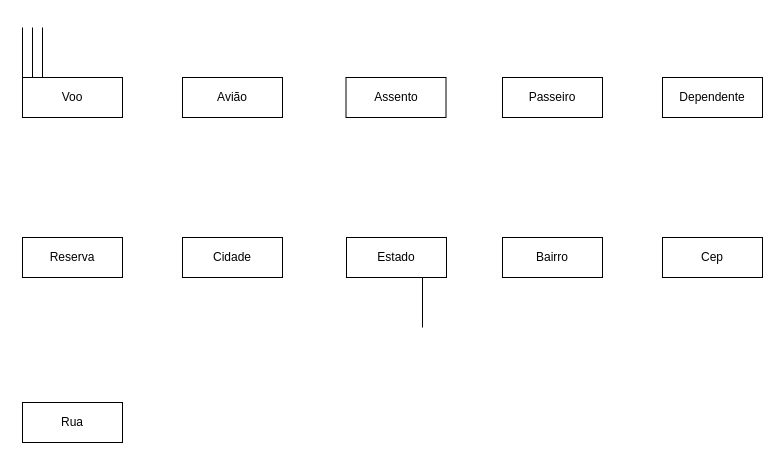
AdrianoCorreia94/ciencia-de-dados keeps this draw.io diagram as Banco de Dados/Diagrama sem nome.drawio. Above is the earlier version. Source tidied: cells renumbered, new cells numbered last; positions are measured from the earlier drawing's top-left corner, leaving out a move shared by most shapes. Both pictures are drawn from the tidied source at 100%, with x=0, y=0 at pixel (22, 27).
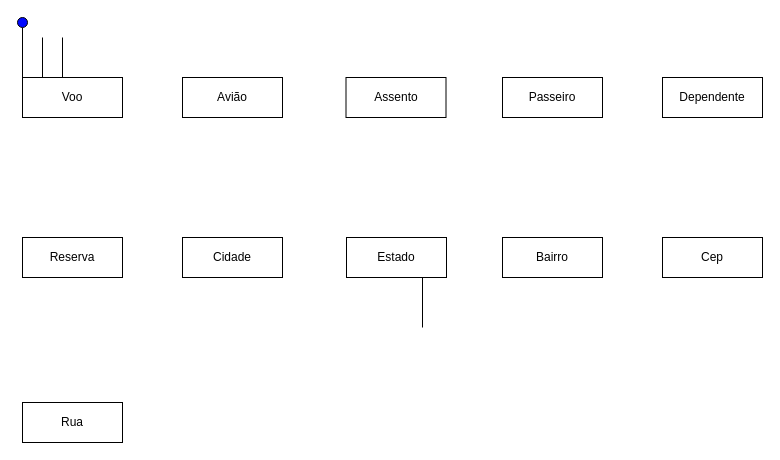
Above is the later version.

Diff of the diagram source:
```diff
@@
     <mxCell id="15" style="endArrow=none;html=1;rounded=0;" parent="1" edge="1">
       <mxGeometry relative="1" as="geometry">
-        <mxPoint x="10" y="50" as="sourcePoint" />
-        <mxPoint x="10" as="targetPoint" />
+        <mxPoint x="40" y="50" as="sourcePoint" />
+        <mxPoint x="40" y="10" as="targetPoint" />
       </mxGeometry>
     </mxCell>
     <mxCell id="16" style="endArrow=none;html=1;rounded=0;" parent="1" edge="1">
       <mxGeometry relative="1" as="geometry">
         <mxPoint x="20" y="50" as="sourcePoint" />
-        <mxPoint x="20" as="targetPoint" />
+        <mxPoint x="20" y="10" as="targetPoint" />
       </mxGeometry>
     </mxCell>
+    <mxCell id="17" style="ellipse;whiteSpace=wrap;html=1;fillStyle=solid;fillColor=#0008FF;" parent="1" vertex="1">
+      <mxGeometry x="-5" y="-10" width="10" height="10" as="geometry" />
+    </mxCell>
```
